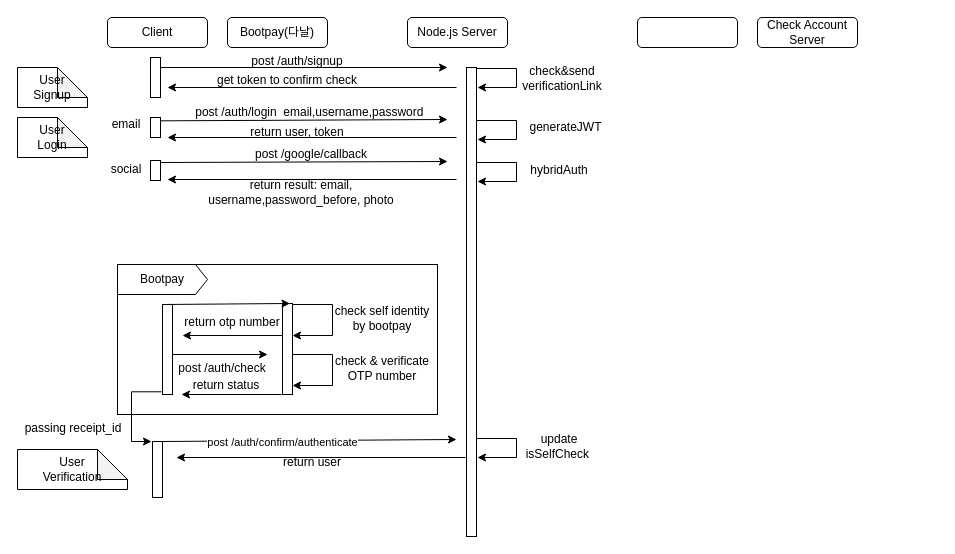
Before: 제목 없는 다이어그램.drawio in fangmin26/ecommerce, a draw.io diagram. Source tidied: cells renumbered, new cells numbered last; positions are measured from the earlier drawing's top-left corner, leaving out a move shared by most shapes. Both pictures are drawn from the tidied source at 100%, with x=0, y=0 at pixel (17, 17).
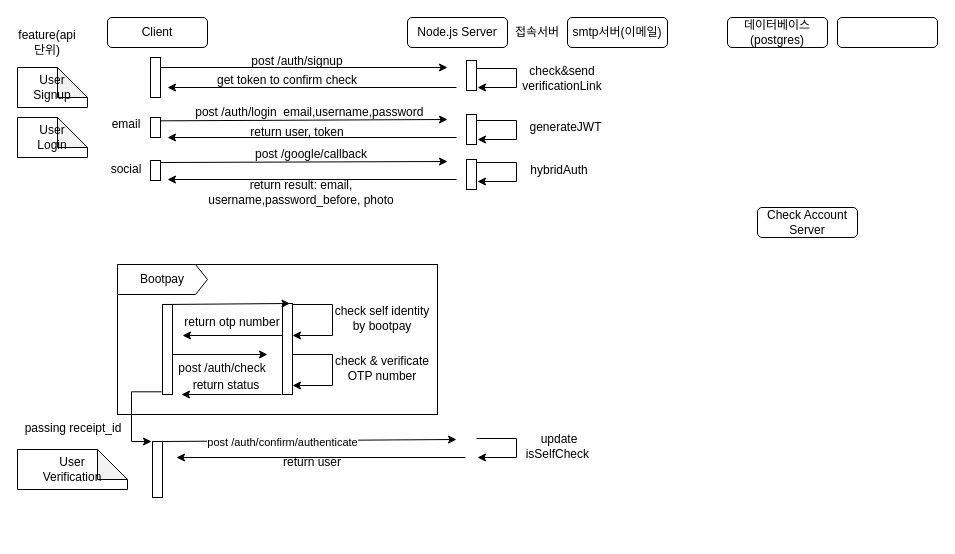
After the change.

Commit message:
ecommerce 시퀀스다이어그램

What changed in the source:
```diff
@@
-    <mxCell id="3" value="Bootpay(다날)" style="rounded=1;whiteSpace=wrap;html=1;" parent="1" vertex="1">
-      <mxGeometry x="210" width="100" height="30" as="geometry" />
+    <mxCell id="3" value="데이터베이스(postgres)" style="rounded=1;whiteSpace=wrap;html=1;" parent="1" vertex="1">
+      <mxGeometry x="710" width="100" height="30" as="geometry" />
     </mxCell>
@@
     <mxCell id="5" style="rounded=1;whiteSpace=wrap;html=1;" parent="1" vertex="1">
-      <mxGeometry x="620" width="100" height="30" as="geometry" />
+      <mxGeometry x="820" width="100" height="30" as="geometry" />
     </mxCell>
     <mxCell id="6" value="Check Account&lt;br&gt;Server&lt;br&gt;" style="rounded=1;whiteSpace=wrap;html=1;" parent="1" vertex="1">
-      <mxGeometry x="740" width="100" height="30" as="geometry" />
+      <mxGeometry x="740" y="190" width="100" height="30" as="geometry" />
     </mxCell>
@@
     <mxCell id="24" style="rounded=0;whiteSpace=wrap;html=1;" parent="1" vertex="1">
-      <mxGeometry x="449" y="50" width="10" height="469" as="geometry" />
+      <mxGeometry x="449" y="43" width="10" height="30" as="geometry" />
     </mxCell>
@@
+    <mxCell id="59" value="feature(api단위)" style="text;strokeColor=none;align=center;fillColor=none;html=1;verticalAlign=middle;whiteSpace=wrap;rounded=0;" parent="1" vertex="1">
+      <mxGeometry y="10" width="60" height="30" as="geometry" />
+    </mxCell>
+    <mxCell id="60" value="접속서버" style="text;strokeColor=none;align=center;fillColor=none;html=1;verticalAlign=middle;whiteSpace=wrap;rounded=0;" parent="1" vertex="1">
+      <mxGeometry x="490" width="60" height="30" as="geometry" />
+    </mxCell>
+    <mxCell id="61" style="rounded=0;whiteSpace=wrap;html=1;" parent="1" vertex="1">
+      <mxGeometry x="449" y="97" width="10" height="30" as="geometry" />
+    </mxCell>
+    <mxCell id="62" style="rounded=0;whiteSpace=wrap;html=1;" parent="1" vertex="1">
+      <mxGeometry x="449" y="142" width="10" height="30" as="geometry" />
+    </mxCell>
+    <mxCell id="63" value="smtp서버(이메일)" style="rounded=1;whiteSpace=wrap;html=1;" parent="1" vertex="1">
+      <mxGeometry x="550" width="100" height="30" as="geometry" />
+    </mxCell>
```
